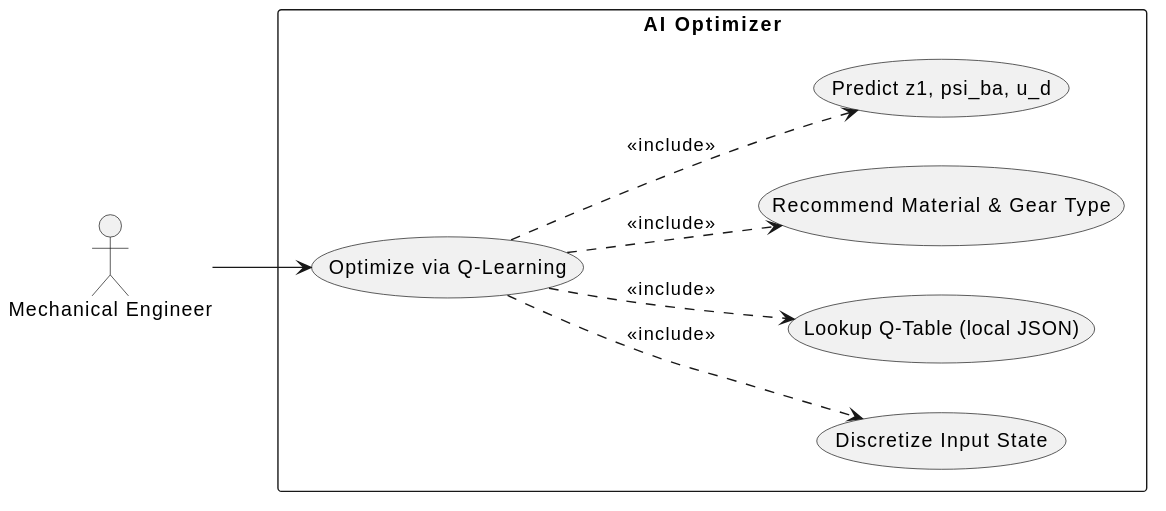
This is docs/uml/uc_ai.svg from dvydinh/mechdrive, a PlantUML export, as it was before one commit.
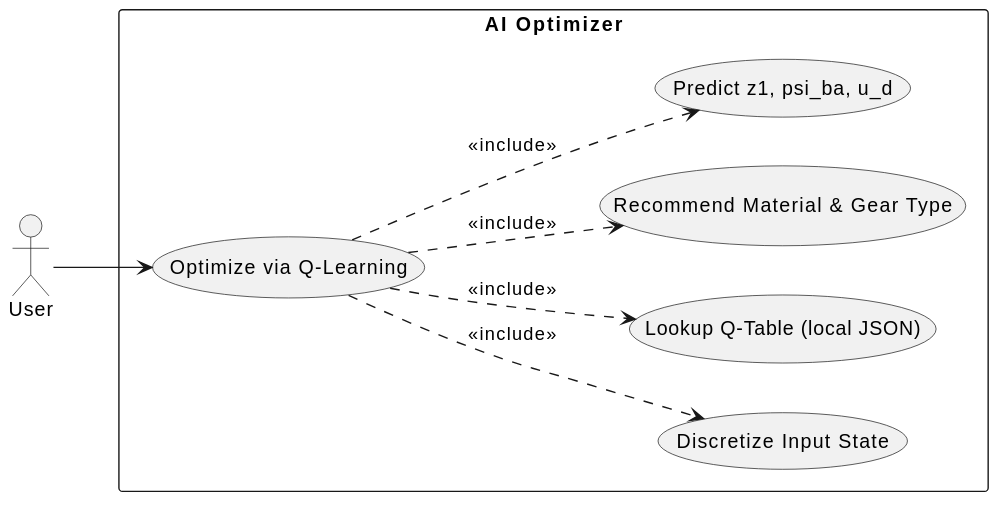
Above is the later version.

What changed in the source:
```diff
@@ -2,7 +2,7 @@
 left to right direction
 skinparam packageStyle rectangle
 
-actor "Mechanical Engineer" as eng
+actor "User" as user
 
 package "AI Optimizer" {
   together {
@@ -15,7 +15,7 @@
   usecase "Predict z1, psi_ba, u_d" as UC1_4
 }
 
-eng --> UC1
+user --> UC1
 UC1 ..> UC1_1 : <<include>>
 UC1 ..> UC1_2 : <<include>>
 UC1 ..> UC1_3 : <<include>>
```
